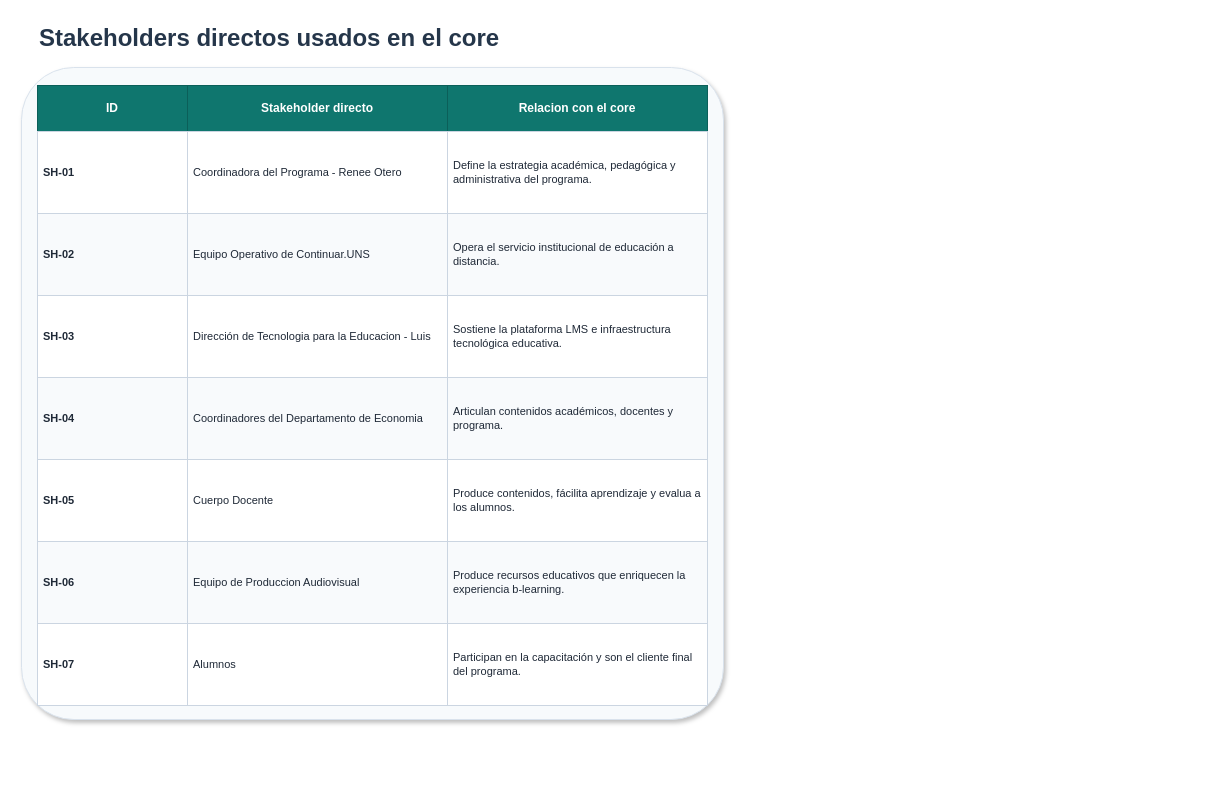
Above: diagramas/tablas/Tablas_Core_Negocio_BLearning.drawio in Jsue46/exposicionayd (draw.io), before the change. Source tidied: cells renumbered, new cells numbered last; positions are measured from the earlier drawing's top-left corner, leaving out a move shared by most shapes. Both pictures are drawn from the tidied source at 100%, with x=0, y=0 at pixel (21, 17).
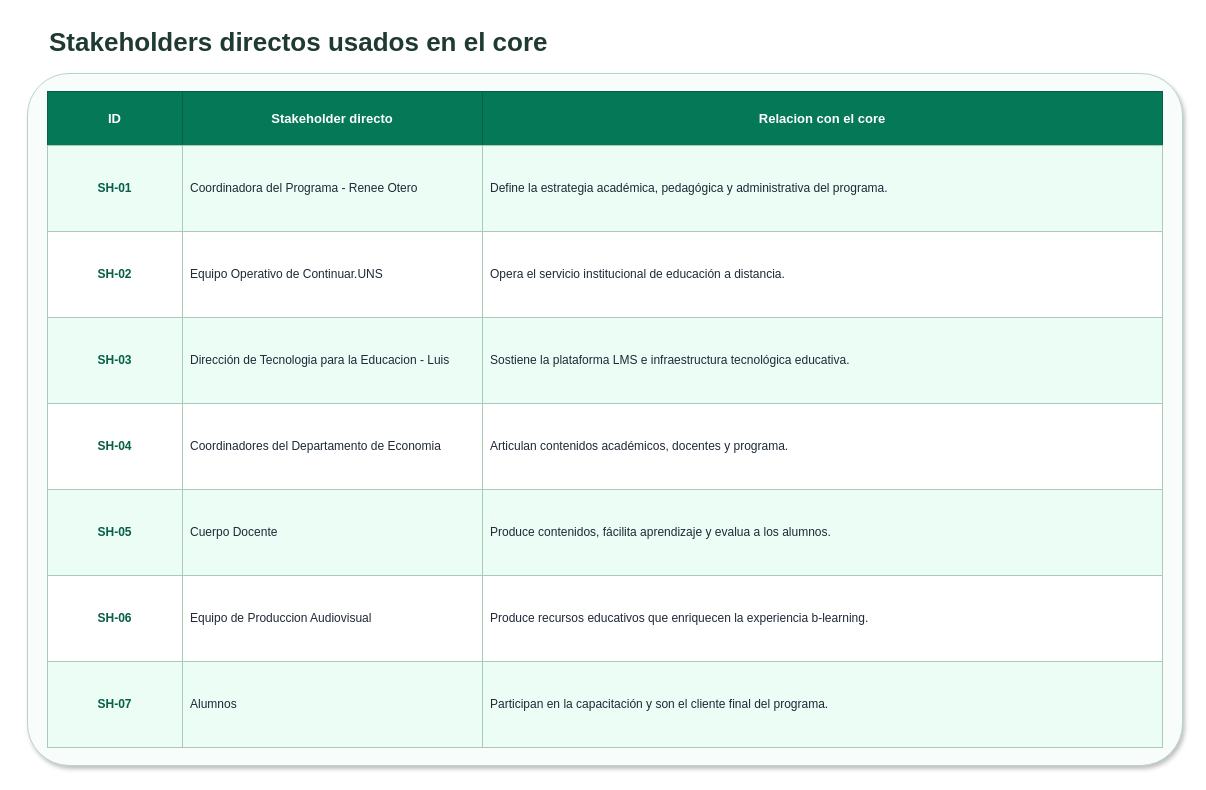
The same page after the edit.

Change to the diagram source:
```diff
@@
-    <mxCell id="2" value="Stakeholders directos usados en el core" style="text;html=1;strokeColor=none;fillColor=none;align=left;verticalAlign=middle;whiteSpace=wrap;rounded=0;fontSize=24;fontStyle=1;fontColor=#25364A;" parent="1" vertex="1">
-      <mxGeometry x="16" width="670" height="42" as="geometry" />
+    <mxCell id="2" value="Stakeholders directos usados en el core" style="text;html=1;strokeColor=none;fillColor=none;align=left;verticalAlign=middle;whiteSpace=wrap;rounded=0;fontSize=26;fontStyle=1;fontColor=#1F3A33;" parent="1" vertex="1">
+      <mxGeometry x="26" y="2" width="1115" height="46" as="geometry" />
     </mxCell>
-    <mxCell id="3" style="rounded=1;whiteSpace=wrap;html=1;fillColor=#F7FAFC;strokeColor=#D9E2EC;arcSize=8;shadow=1;" parent="1" vertex="1">
-      <mxGeometry y="50" width="702" height="652" as="geometry" />
+    <mxCell id="3" style="rounded=1;whiteSpace=wrap;html=1;fillColor=#F8FCFA;strokeColor=#B7D7C2;arcSize=6;shadow=1;" parent="1" vertex="1">
+      <mxGeometry x="6" y="56" width="1155" height="692" as="geometry" />
     </mxCell>
-    <mxCell id="4" value="ID" style="rounded=0;whiteSpace=wrap;html=1;fillColor=#0F766E;strokeColor=#0B5F59;fontColor=#FFFFFF;fontStyle=1;align=center;verticalAlign=middle;fontSize=12;spacing=6;" parent="1" vertex="1">
-      <mxGeometry x="16" y="68" width="150" height="46" as="geometry" />
+    <mxCell id="4" value="ID" style="rounded=0;whiteSpace=wrap;html=1;fillColor=#047857;strokeColor=#065F46;fontColor=#FFFFFF;fontStyle=1;align=center;verticalAlign=middle;fontSize=13;spacing=8;" parent="1" vertex="1">
+      <mxGeometry x="26" y="74" width="135" height="54" as="geometry" />
     </mxCell>
-    <mxCell id="5" value="Stakeholder directo" style="rounded=0;whiteSpace=wrap;html=1;fillColor=#0F766E;strokeColor=#0B5F59;fontColor=#FFFFFF;fontStyle=1;align=center;verticalAlign=middle;fontSize=12;spacing=6;" parent="1" vertex="1">
-      <mxGeometry x="166" y="68" width="260" height="46" as="geometry" />
+    <mxCell id="5" value="Stakeholder directo" style="rounded=0;whiteSpace=wrap;html=1;fillColor=#047857;strokeColor=#065F46;fontColor=#FFFFFF;fontStyle=1;align=center;verticalAlign=middle;fontSize=13;spacing=8;" parent="1" vertex="1">
+      <mxGeometry x="161" y="74" width="300" height="54" as="geometry" />
     </mxCell>
-    <mxCell id="6" value="Relacion con el core" style="rounded=0;whiteSpace=wrap;html=1;fillColor=#0F766E;strokeColor=#0B5F59;fontColor=#FFFFFF;fontStyle=1;align=center;verticalAlign=middle;fontSize=12;spacing=6;" parent="1" vertex="1">
-      <mxGeometry x="426" y="68" width="260" height="46" as="geometry" />
+    <mxCell id="6" value="Relacion con el core" style="rounded=0;whiteSpace=wrap;html=1;fillColor=#047857;strokeColor=#065F46;fontColor=#FFFFFF;fontStyle=1;align=center;verticalAlign=middle;fontSize=13;spacing=8;" parent="1" vertex="1">
+      <mxGeometry x="461" y="74" width="680" height="54" as="geometry" />
     </mxCell>
-    <mxCell id="7" value="SH-01" style="rounded=0;whiteSpace=wrap;html=1;fillColor=#FFFFFF;strokeColor=#CBD5E1;fontColor=#1F2937;fontStyle=1;align=left;verticalAlign=middle;fontSize=11;spacing=6;" parent="1" vertex="1">
-      <mxGeometry x="16" y="114" width="150" height="82" as="geometry" />
+    <mxCell id="7" value="SH-01" style="rounded=0;whiteSpace=wrap;html=1;fillColor=#ECFDF5;strokeColor=#A7CBB6;fontColor=#065F46;fontStyle=1;align=center;verticalAlign=middle;fontSize=12;spacing=8;" parent="1" vertex="1">
+      <mxGeometry x="26" y="128" width="135" height="86" as="geometry" />
     </mxCell>
-    <mxCell id="8" value="Coordinadora del Programa - Renee Otero" style="rounded=0;whiteSpace=wrap;html=1;fillColor=#FFFFFF;strokeColor=#CBD5E1;fontColor=#1F2937;fontStyle=0;align=left;verticalAlign=middle;fontSize=11;spacing=6;" parent="1" vertex="1">
-      <mxGeometry x="166" y="114" width="260" height="82" as="geometry" />
+    <mxCell id="8" value="Coordinadora del Programa - Renee Otero" style="rounded=0;whiteSpace=wrap;html=1;fillColor=#ECFDF5;strokeColor=#A7CBB6;fontColor=#1F2937;fontStyle=0;align=left;verticalAlign=middle;fontSize=12;spacing=8;" parent="1" vertex="1">
+      <mxGeometry x="161" y="128" width="300" height="86" as="geometry" />
     </mxCell>
-    <mxCell id="9" value="Define la estrategia académica, pedagógica y administrativa del programa." style="rounded=0;whiteSpace=wrap;html=1;fillColor=#FFFFFF;strokeColor=#CBD5E1;fontColor=#1F2937;fontStyle=0;align=left;verticalAlign=middle;fontSize=11;spacing=6;" parent="1" vertex="1">
-      <mxGeometry x="426" y="114" width="260" height="82" as="geometry" />
+    <mxCell id="9" value="Define la estrategia académica, pedagógica y administrativa del programa." style="rounded=0;whiteSpace=wrap;html=1;fillColor=#ECFDF5;strokeColor=#A7CBB6;fontColor=#1F2937;fontStyle=0;align=left;verticalAlign=middle;fontSize=12;spacing=8;" parent="1" vertex="1">
+      <mxGeometry x="461" y="128" width="680" height="86" as="geometry" />
     </mxCell>
-    <mxCell id="10" value="SH-02" style="rounded=0;whiteSpace=wrap;html=1;fillColor=#F8FAFC;strokeColor=#CBD5E1;fontColor=#1F2937;fontStyle=1;align=left;verticalAlign=middle;fontSize=11;spacing=6;" parent="1" vertex="1">
-      <mxGeometry x="16" y="196" width="150" height="82" as="geometry" />
+    <mxCell id="10" value="SH-02" style="rounded=0;whiteSpace=wrap;html=1;fillColor=#FFFFFF;strokeColor=#A7CBB6;fontColor=#065F46;fontStyle=1;align=center;verticalAlign=middle;fontSize=12;spacing=8;" parent="1" vertex="1">
+      <mxGeometry x="26" y="214" width="135" height="86" as="geometry" />
     </mxCell>
-    <mxCell id="11" value="Equipo Operativo de Continuar.UNS" style="rounded=0;whiteSpace=wrap;html=1;fillColor=#F8FAFC;strokeColor=#CBD5E1;fontColor=#1F2937;fontStyle=0;align=left;verticalAlign=middle;fontSize=11;spacing=6;" parent="1" vertex="1">
-      <mxGeometry x="166" y="196" width="260" height="82" as="geometry" />
+    <mxCell id="11" value="Equipo Operativo de Continuar.UNS" style="rounded=0;whiteSpace=wrap;html=1;fillColor=#FFFFFF;strokeColor=#A7CBB6;fontColor=#1F2937;fontStyle=0;align=left;verticalAlign=middle;fontSize=12;spacing=8;" parent="1" vertex="1">
+      <mxGeometry x="161" y="214" width="300" height="86" as="geometry" />
     </mxCell>
-    <mxCell id="12" value="Opera el servicio institucional de educación a distancia." style="rounded=0;whiteSpace=wrap;html=1;fillColor=#F8FAFC;strokeColor=#CBD5E1;fontColor=#1F2937;fontStyle=0;align=left;verticalAlign=middle;fontSize=11;spacing=6;" parent="1" vertex="1">
-      <mxGeometry x="426" y="196" width="260" height="82" as="geometry" />
+    <mxCell id="12" value="Opera el servicio institucional de educación a distancia." style="rounded=0;whiteSpace=wrap;html=1;fillColor=#FFFFFF;strokeColor=#A7CBB6;fontColor=#1F2937;fontStyle=0;align=left;verticalAlign=middle;fontSize=12;spacing=8;" parent="1" vertex="1">
+      <mxGeometry x="461" y="214" width="680" height="86" as="geometry" />
     </mxCell>
-    <mxCell id="13" value="SH-03" style="rounded=0;whiteSpace=wrap;html=1;fillColor=#FFFFFF;strokeColor=#CBD5E1;fontColor=#1F2937;fontStyle=1;align=left;verticalAlign=middle;fontSize=11;spacing=6;" parent="1" vertex="1">
-      <mxGeometry x="16" y="278" width="150" height="82" as="geometry" />
+    <mxCell id="13" value="SH-03" style="rounded=0;whiteSpace=wrap;html=1;fillColor=#ECFDF5;strokeColor=#A7CBB6;fontColor=#065F46;fontStyle=1;align=center;verticalAlign=middle;fontSize=12;spacing=8;" parent="1" vertex="1">
+      <mxGeometry x="26" y="300" width="135" height="86" as="geometry" />
     </mxCell>
-    <mxCell id="14" value="Dirección de Tecnologia para la Educacion - Luis" style="rounded=0;whiteSpace=wrap;html=1;fillColor=#FFFFFF;strokeColor=#CBD5E1;fontColor=#1F2937;fontStyle=0;align=left;verticalAlign=middle;fontSize=11;spacing=6;" parent="1" vertex="1">
-      <mxGeometry x="166" y="278" width="260" height="82" as="geometry" />
+    <mxCell id="14" value="Dirección de Tecnologia para la Educacion - Luis" style="rounded=0;whiteSpace=wrap;html=1;fillColor=#ECFDF5;strokeColor=#A7CBB6;fontColor=#1F2937;fontStyle=0;align=left;verticalAlign=middle;fontSize=12;spacing=8;" parent="1" vertex="1">
+      <mxGeometry x="161" y="300" width="300" height="86" as="geometry" />
     </mxCell>
-    <mxCell id="15" value="Sostiene la plataforma LMS e infraestructura tecnológica educativa." style="rounded=0;whiteSpace=wrap;html=1;fillColor=#FFFFFF;strokeColor=#CBD5E1;fontColor=#1F2937;fontStyle=0;align=left;verticalAlign=middle;fontSize=11;spacing=6;" parent="1" vertex="1">
-      <mxGeometry x="426" y="278" width="260" height="82" as="geometry" />
+    <mxCell id="15" value="Sostiene la plataforma LMS e infraestructura tecnológica educativa." style="rounded=0;whiteSpace=wrap;html=1;fillColor=#ECFDF5;strokeColor=#A7CBB6;fontColor=#1F2937;fontStyle=0;align=left;verticalAlign=middle;fontSize=12;spacing=8;" parent="1" vertex="1">
+      <mxGeometry x="461" y="300" width="680" height="86" as="geometry" />
     </mxCell>
-    <mxCell id="16" value="SH-04" style="rounded=0;whiteSpace=wrap;html=1;fillColor=#F8FAFC;strokeColor=#CBD5E1;fontColor=#1F2937;fontStyle=1;align=left;verticalAlign=middle;fontSize=11;spacing=6;" parent="1" vertex="1">
-      <mxGeometry x="16" y="360" width="150" height="82" as="geometry" />
+    <mxCell id="16" value="SH-04" style="rounded=0;whiteSpace=wrap;html=1;fillColor=#FFFFFF;strokeColor=#A7CBB6;fontColor=#065F46;fontStyle=1;align=center;verticalAlign=middle;fontSize=12;spacing=8;" parent="1" vertex="1">
+      <mxGeometry x="26" y="386" width="135" height="86" as="geometry" />
     </mxCell>
-    <mxCell id="17" value="Coordinadores del Departamento de Economia" style="rounded=0;whiteSpace=wrap;html=1;fillColor=#F8FAFC;strokeColor=#CBD5E1;fontColor=#1F2937;fontStyle=0;align=left;verticalAlign=middle;fontSize=11;spacing=6;" parent="1" vertex="1">
-      <mxGeometry x="166" y="360" width="260" height="82" as="geometry" />
+    <mxCell id="17" value="Coordinadores del Departamento de Economia" style="rounded=0;whiteSpace=wrap;html=1;fillColor=#FFFFFF;strokeColor=#A7CBB6;fontColor=#1F2937;fontStyle=0;align=left;verticalAlign=middle;fontSize=12;spacing=8;" parent="1" vertex="1">
+      <mxGeometry x="161" y="386" width="300" height="86" as="geometry" />
     </mxCell>
-    <mxCell id="18" value="Articulan contenidos académicos, docentes y programa." style="rounded=0;whiteSpace=wrap;html=1;fillColor=#F8FAFC;strokeColor=#CBD5E1;fontColor=#1F2937;fontStyle=0;align=left;verticalAlign=middle;fontSize=11;spacing=6;" parent="1" vertex="1">
-      <mxGeometry x="426" y="360" width="260" height="82" as="geometry" />
+    <mxCell id="18" value="Articulan contenidos académicos, docentes y programa." style="rounded=0;whiteSpace=wrap;html=1;fillColor=#FFFFFF;strokeColor=#A7CBB6;fontColor=#1F2937;fontStyle=0;align=left;verticalAlign=middle;fontSize=12;spacing=8;" parent="1" vertex="1">
+      <mxGeometry x="461" y="386" width="680" height="86" as="geometry" />
     </mxCell>
-    <mxCell id="19" value="SH-05" style="rounded=0;whiteSpace=wrap;html=1;fillColor=#FFFFFF;strokeColor=#CBD5E1;fontColor=#1F2937;fontStyle=1;align=left;verticalAlign=middle;fontSize=11;spacing=6;" parent="1" vertex="1">
-      <mxGeometry x="16" y="442" width="150" height="82" as="geometry" />
+    <mxCell id="19" value="SH-05" style="rounded=0;whiteSpace=wrap;html=1;fillColor=#ECFDF5;strokeColor=#A7CBB6;fontColor=#065F46;fontStyle=1;align=center;verticalAlign=middle;fontSize=12;spacing=8;" parent="1" vertex="1">
+      <mxGeometry x="26" y="472" width="135" height="86" as="geometry" />
     </mxCell>
-    <mxCell id="20" value="Cuerpo Docente" style="rounded=0;whiteSpace=wrap;html=1;fillColor=#FFFFFF;strokeColor=#CBD5E1;fontColor=#1F2937;fontStyle=0;align=left;verticalAlign=middle;fontSize=11;spacing=6;" parent="1" vertex="1">
-      <mxGeometry x="166" y="442" width="260" height="82" as="geometry" />
+    <mxCell id="20" value="Cuerpo Docente" style="rounded=0;whiteSpace=wrap;html=1;fillColor=#ECFDF5;strokeColor=#A7CBB6;fontColor=#1F2937;fontStyle=0;align=left;verticalAlign=middle;fontSize=12;spacing=8;" parent="1" vertex="1">
+      <mxGeometry x="161" y="472" width="300" height="86" as="geometry" />
     </mxCell>
-    <mxCell id="21" value="Produce contenidos, fácilita aprendizaje y evalua a los alumnos." style="rounded=0;whiteSpace=wrap;html=1;fillColor=#FFFFFF;strokeColor=#CBD5E1;fontColor=#1F2937;fontStyle=0;align=left;verticalAlign=middle;fontSize=11;spacing=6;" parent="1" vertex="1">
-      <mxGeometry x="426" y="442" width="260" height="82" as="geometry" />
+    <mxCell id="21" value="Produce contenidos, fácilita aprendizaje y evalua a los alumnos." style="rounded=0;whiteSpace=wrap;html=1;fillColor=#ECFDF5;strokeColor=#A7CBB6;fontColor=#1F2937;fontStyle=0;align=left;verticalAlign=middle;fontSize=12;spacing=8;" parent="1" vertex="1">
+      <mxGeometry x="461" y="472" width="680" height="86" as="geometry" />
     </mxCell>
-    <mxCell id="22" value="SH-06" style="rounded=0;whiteSpace=wrap;html=1;fillColor=#F8FAFC;strokeColor=#CBD5E1;fontColor=#1F2937;fontStyle=1;align=left;verticalAlign=middle;fontSize=11;spacing=6;" parent="1" vertex="1">
-      <mxGeometry x="16" y="524" width="150" height="82" as="geometry" />
+    <mxCell id="22" value="SH-06" style="rounded=0;whiteSpace=wrap;html=1;fillColor=#FFFFFF;strokeColor=#A7CBB6;fontColor=#065F46;fontStyle=1;align=center;verticalAlign=middle;fontSize=12;spacing=8;" parent="1" vertex="1">
+      <mxGeometry x="26" y="558" width="135" height="86" as="geometry" />
     </mxCell>
-    <mxCell id="23" value="Equipo de Produccion Audiovisual" style="rounded=0;whiteSpace=wrap;html=1;fillColor=#F8FAFC;strokeColor=#CBD5E1;fontColor=#1F2937;fontStyle=0;align=left;verticalAlign=middle;fontSize=11;spacing=6;" parent="1" vertex="1">
-      <mxGeometry x="166" y="524" width="260" height="82" as="geometry" />
+    <mxCell id="23" value="Equipo de Produccion Audiovisual" style="rounded=0;whiteSpace=wrap;html=1;fillColor=#FFFFFF;strokeColor=#A7CBB6;fontColor=#1F2937;fontStyle=0;align=left;verticalAlign=middle;fontSize=12;spacing=8;" parent="1" vertex="1">
+      <mxGeometry x="161" y="558" width="300" height="86" as="geometry" />
     </mxCell>
-    <mxCell id="24" value="Produce recursos educativos que enriquecen la experiencia b-learning." style="rounded=0;whiteSpace=wrap;html=1;fillColor=#F8FAFC;strokeColor=#CBD5E1;fontColor=#1F2937;fontStyle=0;align=left;verticalAlign=middle;fontSize=11;spacing=6;" parent="1" vertex="1">
-      <mxGeometry x="426" y="524" width="260" height="82" as="geometry" />
+    <mxCell id="24" value="Produce recursos educativos que enriquecen la experiencia b-learning." style="rounded=0;whiteSpace=wrap;html=1;fillColor=#FFFFFF;strokeColor=#A7CBB6;fontColor=#1F2937;fontStyle=0;align=left;verticalAlign=middle;fontSize=12;spacing=8;" parent="1" vertex="1">
+      <mxGeometry x="461" y="558" width="680" height="86" as="geometry" />
     </mxCell>
-    <mxCell id="25" value="SH-07" style="rounded=0;whiteSpace=wrap;html=1;fillColor=#FFFFFF;strokeColor=#CBD5E1;fontColor=#1F2937;fontStyle=1;align=left;verticalAlign=middle;fontSize=11;spacing=6;" parent="1" vertex="1">
-      <mxGeometry x="16" y="606" width="150" height="82" as="geometry" />
+    <mxCell id="25" value="SH-07" style="rounded=0;whiteSpace=wrap;html=1;fillColor=#ECFDF5;strokeColor=#A7CBB6;fontColor=#065F46;fontStyle=1;align=center;verticalAlign=middle;fontSize=12;spacing=8;" parent="1" vertex="1">
+      <mxGeometry x="26" y="644" width="135" height="86" as="geometry" />
     </mxCell>
-    <mxCell id="26" value="Alumnos" style="rounded=0;whiteSpace=wrap;html=1;fillColor=#FFFFFF;strokeColor=#CBD5E1;fontColor=#1F2937;fontStyle=0;align=left;verticalAlign=middle;fontSize=11;spacing=6;" parent="1" vertex="1">
-      <mxGeometry x="166" y="606" width="260" height="82" as="geometry" />
+    <mxCell id="26" value="Alumnos" style="rounded=0;whiteSpace=wrap;html=1;fillColor=#ECFDF5;strokeColor=#A7CBB6;fontColor=#1F2937;fontStyle=0;align=left;verticalAlign=middle;fontSize=12;spacing=8;" parent="1" vertex="1">
+      <mxGeometry x="161" y="644" width="300" height="86" as="geometry" />
     </mxCell>
-    <mxCell id="27" value="Participan en la capacitación y son el cliente final del programa." style="rounded=0;whiteSpace=wrap;html=1;fillColor=#FFFFFF;strokeColor=#CBD5E1;fontColor=#1F2937;fontStyle=0;align=left;verticalAlign=middle;fontSize=11;spacing=6;" parent="1" vertex="1">
-      <mxGeometry x="426" y="606" width="260" height="82" as="geometry" />
+    <mxCell id="27" value="Participan en la capacitación y son el cliente final del programa." style="rounded=0;whiteSpace=wrap;html=1;fillColor=#ECFDF5;strokeColor=#A7CBB6;fontColor=#1F2937;fontStyle=0;align=left;verticalAlign=middle;fontSize=12;spacing=8;" parent="1" vertex="1">
+      <mxGeometry x="461" y="644" width="680" height="86" as="geometry" />
     </mxCell>
```
